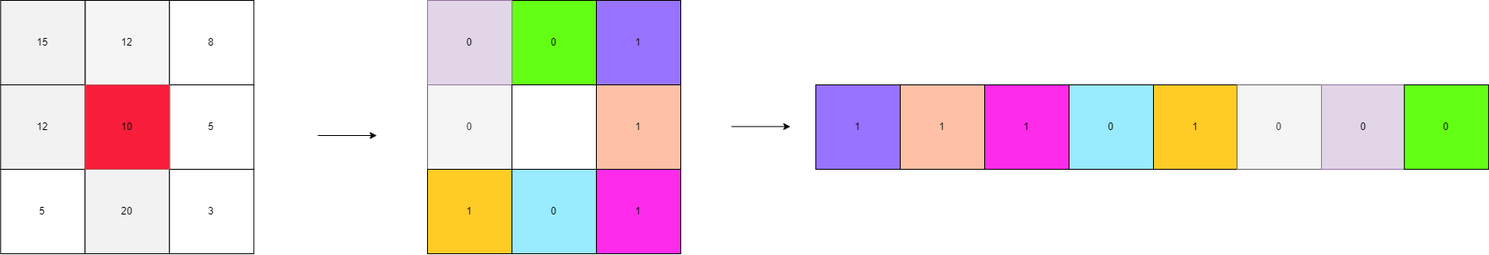
Above: Images/p9.png in souravs17031999/Dog-Breed-Classifier-App (draw.io), before the change. Source tidied: cells renumbered, new cells last; positions are measured from the earlier drawing's top-left corner, leaving out a move shared by most shapes.
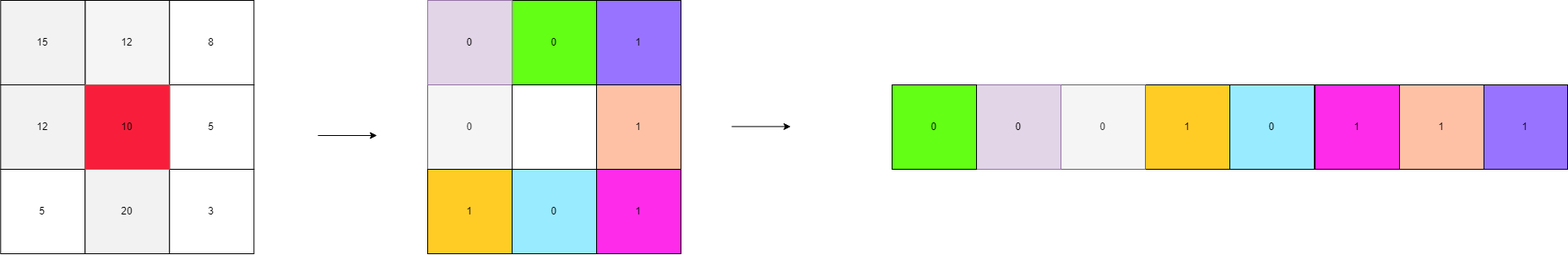
The same diagram one commit later.

What changed in the source:
```diff
@@ -81,46 +81,34 @@
       </mxGeometry>
     </mxCell>
     <mxCell id="24" value="1" style="html=1;shadow=0;fontSize=12;align=center;fontStyle=0;whiteSpace=wrap;rounded=0;fillColor=#FFCC26;" parent="1" vertex="1">
-      <mxGeometry x="1066" y="100" width="100" height="100" as="geometry" />
+      <mxGeometry x="1656.9" y="100" width="100" height="100" as="geometry" />
     </mxCell>
     <mxCell id="25" value="1" style="html=1;shadow=0;fontSize=12;align=center;fontStyle=0;whiteSpace=wrap;rounded=0;fillColor=#FFCC26;" parent="1" vertex="1">
-      <mxGeometry x="1166" y="100" width="100" height="100" as="geometry" />
+      <mxGeometry x="1458.8" y="100" width="100" height="100" as="geometry" />
     </mxCell>
     <mxCell id="26" value="1" style="html=1;shadow=0;fontSize=12;align=center;fontStyle=0;whiteSpace=wrap;rounded=0;fillColor=#9873FF;" parent="1" vertex="1">
-      <mxGeometry x="966" y="100" width="100" height="100" as="geometry" />
+      <mxGeometry x="1756" y="100" width="100" height="100" as="geometry" />
     </mxCell>
-    <mxCell id="27" value="0" style="html=1;shadow=0;fontSize=12;align=center;fontStyle=0;whiteSpace=wrap;rounded=0;fillColor=#FFCC26;" parent="1" vertex="1">
-      <mxGeometry x="1266" y="100" width="100" height="100" as="geometry" />
-    </mxCell>
     <mxCell id="28" value="1" style="html=1;shadow=0;fontSize=12;align=center;fontStyle=0;whiteSpace=wrap;rounded=0;fillColor=#FFCC26;" parent="1" vertex="1">
-      <mxGeometry x="1366" y="100" width="100" height="100" as="geometry" />
+      <mxGeometry x="1356" y="100" width="100" height="100" as="geometry" />
     </mxCell>
-    <mxCell id="29" value="0" style="html=1;shadow=0;fontSize=12;align=center;fontStyle=0;whiteSpace=wrap;rounded=0;fillColor=#FFCC26;" parent="1" vertex="1">
-      <mxGeometry x="1466" y="100" width="100" height="100" as="geometry" />
-    </mxCell>
-    <mxCell id="30" value="0" style="html=1;shadow=0;fontSize=12;align=center;fontStyle=0;whiteSpace=wrap;rounded=0;fillColor=#FFCC26;" parent="1" vertex="1">
-      <mxGeometry x="1564.1" y="100" width="100" height="100" as="geometry" />
-    </mxCell>
-    <mxCell id="31" value="0" style="html=1;shadow=0;fontSize=12;align=center;fontStyle=0;whiteSpace=wrap;rounded=0;fillColor=#FFCC26;" parent="1" vertex="1">
-      <mxGeometry x="1663.2" y="100" width="100" height="100" as="geometry" />
-    </mxCell>
     <mxCell id="32" value="1" style="html=1;shadow=0;fontSize=12;align=center;fontStyle=0;whiteSpace=wrap;rounded=0;fillColor=#FFC1A6;" parent="1" vertex="1">
-      <mxGeometry x="1066" y="100" width="100" height="100" as="geometry" />
+      <mxGeometry x="1656.9" y="100" width="100" height="100" as="geometry" />
     </mxCell>
     <mxCell id="33" value="1" style="html=1;shadow=0;fontSize=12;align=center;fontStyle=0;whiteSpace=wrap;rounded=0;fillColor=#FF2BEA;" parent="1" vertex="1">
-      <mxGeometry x="1166" y="100" width="100" height="100" as="geometry" />
+      <mxGeometry x="1556.9" y="100" width="100" height="100" as="geometry" />
     </mxCell>
     <mxCell id="34" value="0" style="html=1;shadow=0;fontSize=12;align=center;fontStyle=0;whiteSpace=wrap;rounded=0;fillColor=#99EBFF;" parent="1" vertex="1">
-      <mxGeometry x="1266" y="100" width="100" height="100" as="geometry" />
+      <mxGeometry x="1456" y="100" width="100" height="100" as="geometry" />
     </mxCell>
     <mxCell id="35" value="0" style="html=1;shadow=0;fontSize=12;align=center;fontStyle=0;whiteSpace=wrap;rounded=0;fillColor=#f5f5f5;strokeColor=#666666;fontColor=#333333;" parent="1" vertex="1">
-      <mxGeometry x="1465" y="100" width="100" height="100" as="geometry" />
+      <mxGeometry x="1256" y="100" width="100" height="100" as="geometry" />
     </mxCell>
     <mxCell id="36" value="0" style="html=1;shadow=0;fontSize=12;align=center;fontStyle=0;whiteSpace=wrap;rounded=0;fillColor=#e1d5e7;strokeColor=#9673a6;" parent="1" vertex="1">
-      <mxGeometry x="1565.1" y="100" width="100" height="100" as="geometry" />
+      <mxGeometry x="1156" y="100" width="100" height="100" as="geometry" />
     </mxCell>
     <mxCell id="37" value="0" style="html=1;shadow=0;fontSize=12;align=center;fontStyle=0;whiteSpace=wrap;rounded=0;fillColor=#63FF14;" parent="1" vertex="1">
-      <mxGeometry x="1663.2" y="100" width="100" height="100" as="geometry" />
+      <mxGeometry x="1056" y="100" width="100" height="100" as="geometry" />
     </mxCell>
   </root>
 </mxGraphModel>
```
